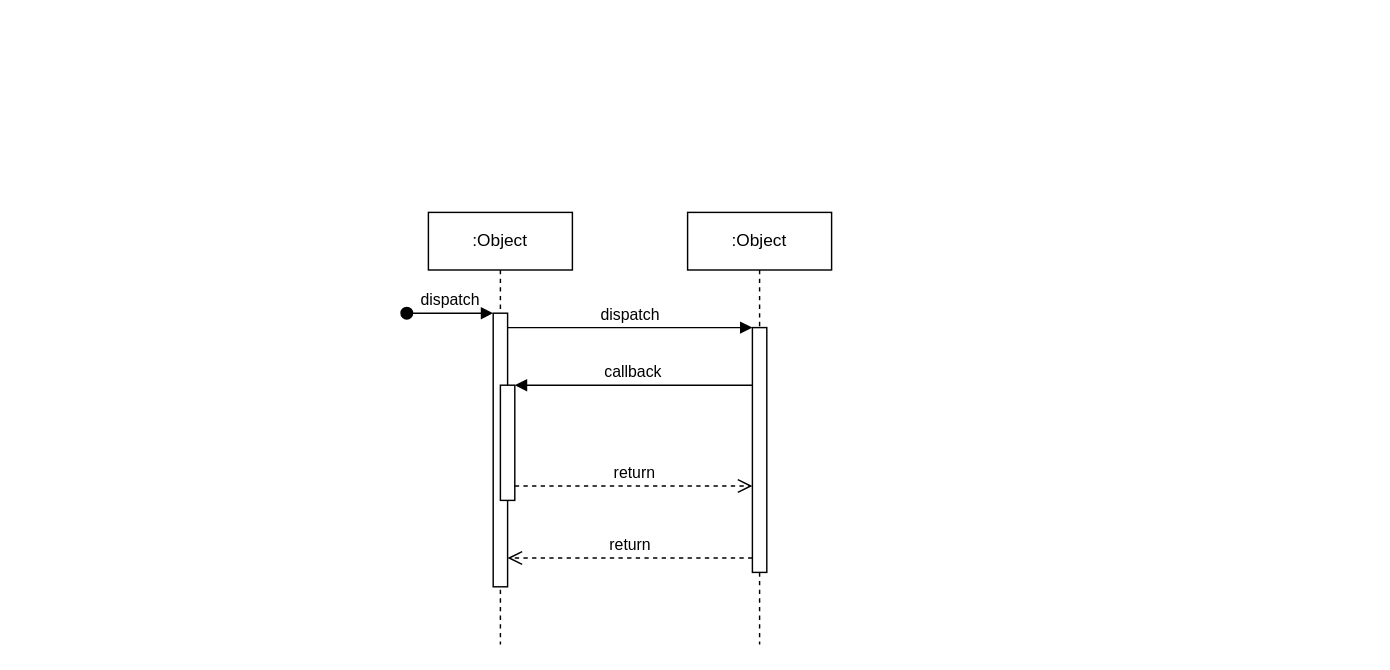
Earlier version of the draw.io diagram sequencia_validacao_token.drawio (Melancia-Salgada/Documentos). Source tidied: cells renumbered, new cells numbered last; positions are measured from the earlier drawing's top-left corner, leaving out a move shared by most shapes. Both pictures are drawn from the tidied source at 144%, with x=0, y=0 at pixel (406, 212).
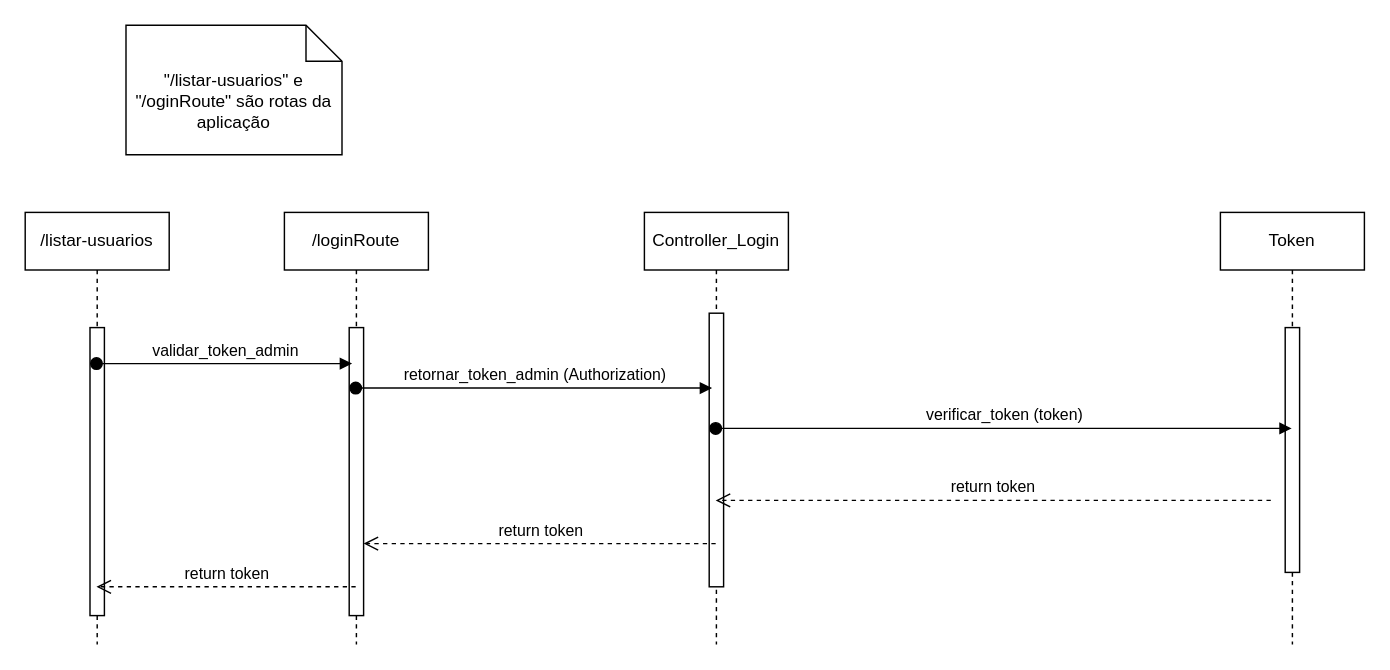
The same page after the edit.

Unchanged cells that the change refers to:
```xml
<mxCell id="3" style="html=1;points=[];perimeter=orthogonalPerimeter;outlineConnect=0;targetShapes=umlLifeline;portConstraint=eastwest;newEdgeStyle={&quot;edgeStyle&quot;:&quot;elbowEdgeStyle&quot;,&quot;elbow&quot;:&quot;vertical&quot;,&quot;curved&quot;:0,&quot;rounded&quot;:0};" parent="2" vertex="1">
  <mxGeometry x="45" y="70" width="10" height="190" as="geometry" />
</mxCell>
<mxCell id="7" style="html=1;points=[];perimeter=orthogonalPerimeter;outlineConnect=0;targetShapes=umlLifeline;portConstraint=eastwest;newEdgeStyle={&quot;edgeStyle&quot;:&quot;elbowEdgeStyle&quot;,&quot;elbow&quot;:&quot;vertical&quot;,&quot;curved&quot;:0,&quot;rounded&quot;:0};" parent="6" vertex="1">
  <mxGeometry x="45" y="80" width="10" height="170" as="geometry" />
</mxCell>
```

Change to the diagram source:
```diff
@@
-    <mxCell id="2" value=":Object" style="shape=umlLifeline;perimeter=lifelinePerimeter;whiteSpace=wrap;html=1;outlineConnect=0;portConstraint=eastwest;newEdgeStyle={&quot;edgeStyle&quot;:&quot;elbowEdgeStyle&quot;,&quot;elbow&quot;:&quot;vertical&quot;,&quot;curved&quot;:0,&quot;rounded&quot;:0};" parent="1" vertex="1">
-      <mxGeometry x="15" width="100" height="300" as="geometry" />
+    <mxCell id="2" value="Controller_Login" style="shape=umlLifeline;perimeter=lifelinePerimeter;whiteSpace=wrap;html=1;outlineConnect=0;portConstraint=eastwest;newEdgeStyle={&quot;edgeStyle&quot;:&quot;elbowEdgeStyle&quot;,&quot;elbow&quot;:&quot;vertical&quot;,&quot;curved&quot;:0,&quot;rounded&quot;:0};" parent="1" vertex="1">
+      <mxGeometry x="165" width="100" height="300" as="geometry" />
     </mxCell>
@@
-    <mxCell id="4" value="dispatch" style="html=1;verticalAlign=bottom;startArrow=oval;endArrow=block;startSize=8;edgeStyle=elbowEdgeStyle;elbow=vertical;curved=0;rounded=0;" parent="2" edge="1" target="3">
-      <mxGeometry relative="1" as="geometry">
-        <mxPoint x="-15" y="70" as="sourcePoint" />
-      </mxGeometry>
-    </mxCell>
-    <mxCell id="5" style="html=1;points=[];perimeter=orthogonalPerimeter;outlineConnect=0;targetShapes=umlLifeline;portConstraint=eastwest;newEdgeStyle={&quot;edgeStyle&quot;:&quot;elbowEdgeStyle&quot;,&quot;elbow&quot;:&quot;vertical&quot;,&quot;curved&quot;:0,&quot;rounded&quot;:0};" parent="2" vertex="1">
-      <mxGeometry x="50" y="120" width="10" height="80" as="geometry" />
-    </mxCell>
-    <mxCell id="6" value=":Object" style="shape=umlLifeline;perimeter=lifelinePerimeter;whiteSpace=wrap;html=1;outlineConnect=0;portConstraint=eastwest;newEdgeStyle={&quot;edgeStyle&quot;:&quot;elbowEdgeStyle&quot;,&quot;elbow&quot;:&quot;vertical&quot;,&quot;curved&quot;:0,&quot;rounded&quot;:0};" parent="1" vertex="1">
-      <mxGeometry x="195" width="100" height="300" as="geometry" />
+    <mxCell id="6" value="Token" style="shape=umlLifeline;perimeter=lifelinePerimeter;whiteSpace=wrap;html=1;outlineConnect=0;portConstraint=eastwest;newEdgeStyle={&quot;edgeStyle&quot;:&quot;elbowEdgeStyle&quot;,&quot;elbow&quot;:&quot;vertical&quot;,&quot;curved&quot;:0,&quot;rounded&quot;:0};" parent="1" vertex="1">
+      <mxGeometry x="565" width="100" height="300" as="geometry" />
     </mxCell>
@@
-    <mxCell id="8" value="dispatch" style="html=1;verticalAlign=bottom;endArrow=block;edgeStyle=elbowEdgeStyle;elbow=vertical;curved=0;rounded=0;" parent="1" edge="1" source="3" target="7">
-      <mxGeometry relative="1" as="geometry">
-        <Array as="points">
-          <mxPoint x="155" y="80" />
-        </Array>
-      </mxGeometry>
-    </mxCell>
-    <mxCell id="9" value="return" style="html=1;verticalAlign=bottom;endArrow=open;dashed=1;endSize=8;edgeStyle=elbowEdgeStyle;elbow=vertical;curved=0;rounded=0;" parent="1" edge="1" source="7" target="3">
+    <mxCell id="9" value="return token" style="html=1;verticalAlign=bottom;endArrow=open;dashed=1;endSize=8;edgeStyle=elbowEdgeStyle;elbow=vertical;curved=0;rounded=0;" parent="1" edge="1" target="2">
       <mxGeometry relative="1" as="geometry">
+        <mxPoint x="600" y="200" as="sourcePoint" />
         <Array as="points">
-          <mxPoint x="165" y="240" />
+          <mxPoint x="355" y="200" />
         </Array>
       </mxGeometry>
     </mxCell>
-    <mxCell id="10" value="callback" style="html=1;verticalAlign=bottom;endArrow=block;edgeStyle=elbowEdgeStyle;elbow=vertical;curved=0;rounded=0;" parent="1" edge="1" source="7" target="5">
-      <mxGeometry relative="1" as="geometry">
-        <Array as="points">
-          <mxPoint x="165" y="120" />
-        </Array>
-      </mxGeometry>
-    </mxCell>
-    <mxCell id="11" value="return" style="html=1;verticalAlign=bottom;endArrow=open;dashed=1;endSize=8;edgeStyle=elbowEdgeStyle;elbow=vertical;curved=0;rounded=0;" parent="1" edge="1" source="5" target="7">
-      <mxGeometry relative="1" as="geometry">
-        <Array as="points">
-          <mxPoint x="155" y="190" />
-        </Array>
-      </mxGeometry>
-    </mxCell>
+    <mxCell id="12" value="/loginRoute" style="shape=umlLifeline;perimeter=lifelinePerimeter;whiteSpace=wrap;html=1;outlineConnect=0;portConstraint=eastwest;newEdgeStyle={&quot;edgeStyle&quot;:&quot;elbowEdgeStyle&quot;,&quot;elbow&quot;:&quot;vertical&quot;,&quot;curved&quot;:0,&quot;rounded&quot;:0};" parent="1" vertex="1">
+      <mxGeometry x="-85" width="100" height="300" as="geometry" />
+    </mxCell>
+    <mxCell id="13" style="html=1;points=[];perimeter=orthogonalPerimeter;outlineConnect=0;targetShapes=umlLifeline;portConstraint=eastwest;newEdgeStyle={&quot;edgeStyle&quot;:&quot;elbowEdgeStyle&quot;,&quot;elbow&quot;:&quot;vertical&quot;,&quot;curved&quot;:0,&quot;rounded&quot;:0};" parent="12" vertex="1">
+      <mxGeometry x="45" y="80" width="10" height="200" as="geometry" />
+    </mxCell>
+    <mxCell id="14" value="/listar-usuarios" style="shape=umlLifeline;perimeter=lifelinePerimeter;whiteSpace=wrap;html=1;outlineConnect=0;portConstraint=eastwest;newEdgeStyle={&quot;edgeStyle&quot;:&quot;elbowEdgeStyle&quot;,&quot;elbow&quot;:&quot;vertical&quot;,&quot;curved&quot;:0,&quot;rounded&quot;:0};" parent="1" vertex="1">
+      <mxGeometry x="-265" width="100" height="300" as="geometry" />
+    </mxCell>
+    <mxCell id="15" style="html=1;perimeter=orthogonalPerimeter;targetShapes=umlLifeline;newEdgeStyle={&quot;edgeStyle&quot;:&quot;elbowEdgeStyle&quot;,&quot;elbow&quot;:&quot;vertical&quot;,&quot;curved&quot;:0,&quot;rounded&quot;:0};" parent="14" vertex="1">
+      <mxGeometry x="45" y="80" width="10" height="200" as="geometry" />
+    </mxCell>
+    <mxCell id="16" value="validar_token_admin" style="html=1;verticalAlign=bottom;startArrow=oval;endArrow=block;startSize=8;edgeStyle=elbowEdgeStyle;elbow=vertical;curved=0;rounded=0;entryX=0.2;entryY=0.124;entryDx=0;entryDy=0;entryPerimeter=0;" parent="1" edge="1" source="14" target="13">
+      <mxGeometry relative="1" as="geometry" />
+    </mxCell>
+    <mxCell id="17" value="retornar_token_admin (Authorization)" style="html=1;verticalAlign=bottom;startArrow=oval;endArrow=block;startSize=8;edgeStyle=elbowEdgeStyle;elbow=vertical;curved=0;rounded=0;entryX=0.2;entryY=0.274;entryDx=0;entryDy=0;entryPerimeter=0;" parent="1" edge="1" source="12" target="3">
+      <mxGeometry relative="1" as="geometry" />
+    </mxCell>
+    <mxCell id="18" value="verificar_token (token)" style="html=1;verticalAlign=bottom;startArrow=oval;endArrow=block;startSize=8;edgeStyle=elbowEdgeStyle;elbow=vertical;curved=0;rounded=0;" parent="1" edge="1" source="2" target="6">
+      <mxGeometry relative="1" as="geometry" />
+    </mxCell>
+    <mxCell id="19" value="return token" style="html=1;verticalAlign=bottom;endArrow=open;dashed=1;endSize=8;edgeStyle=elbowEdgeStyle;elbow=vertical;curved=0;rounded=0;" parent="1" edge="1" source="2" target="13">
+      <mxGeometry relative="1" as="geometry">
+        <Array as="points">
+          <mxPoint x="125" y="230" />
+        </Array>
+      </mxGeometry>
+    </mxCell>
+    <mxCell id="20" value="return token" style="html=1;verticalAlign=bottom;endArrow=open;dashed=1;endSize=8;edgeStyle=elbowEdgeStyle;elbow=vertical;curved=0;rounded=0;" parent="1" edge="1" source="12" target="14">
+      <mxGeometry relative="1" as="geometry">
+        <Array as="points">
+          <mxPoint x="-150" y="260" />
+        </Array>
+      </mxGeometry>
+    </mxCell>
+    <mxCell id="21" value="&quot;/listar-usuarios&quot; e &quot;/oginRoute&quot; são rotas da aplicação" style="shape=note2;boundedLbl=1;whiteSpace=wrap;html=1;size=25;verticalAlign=top;align=center;" parent="1" vertex="1">
+      <mxGeometry x="-195" y="-130" width="150" height="90" as="geometry" />
+    </mxCell>
```
